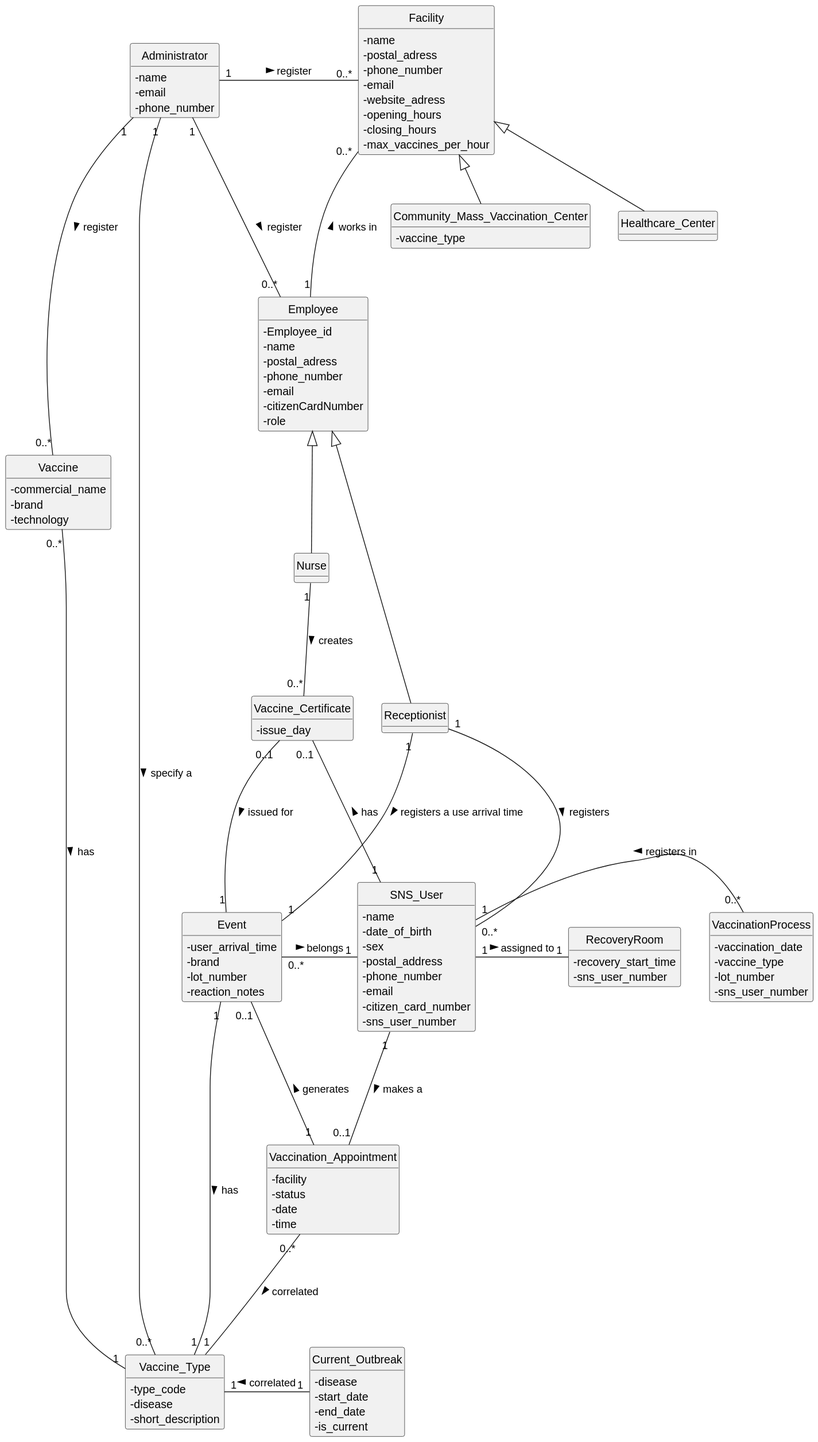
Before: docs/system-documentation/global-artifacts/svg/DM.svg, a diagram exported from PlantUML (Parafita123/leti-esoft-25-26-B1).
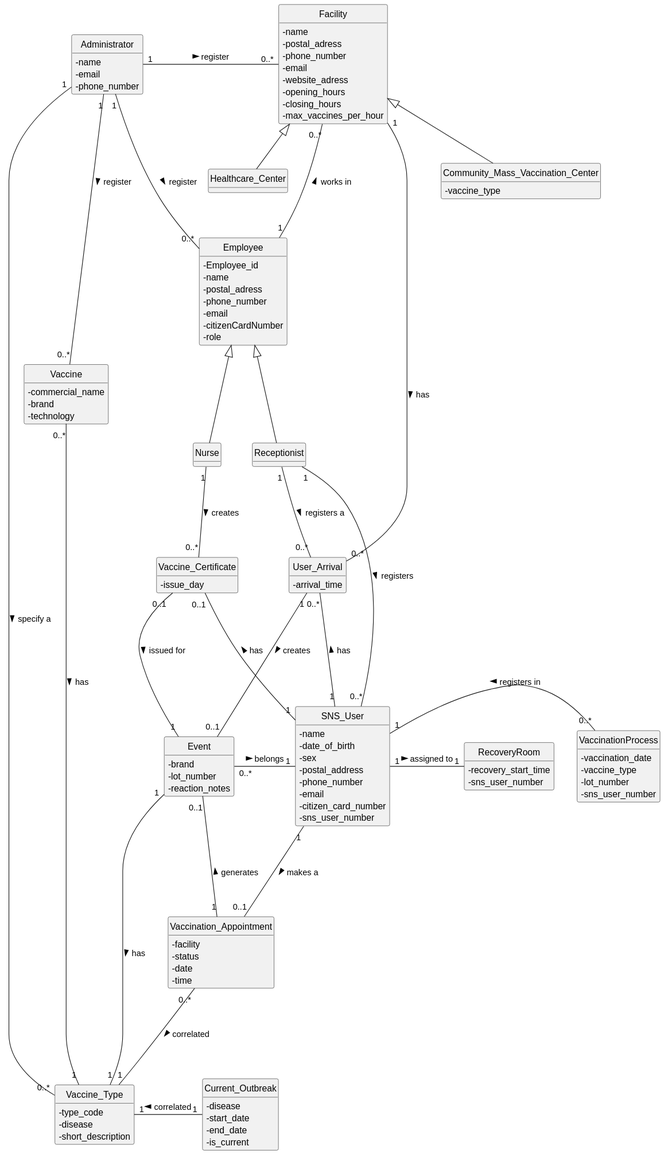
After the commit.

Diff of the diagram source:
```diff
@@ -75,7 +75,6 @@
 }
 
 class Event {
-    - user_arrival_time
     - brand
     - lot_number
     - reaction_notes
@@ -101,6 +100,10 @@
 class RecoveryRoom {
     - recovery_start_time
     - sns_user_number
+}
+
+class User_Arrival{
+    - arrival_time
 }
 
 Employee <|-- Nurse
@@ -131,7 +134,13 @@
 
 Vaccine_Certificate "0..1" -down-- "1" Event: issued for >
 
-Receptionist "1" -down-- "1" Event: registers a use arrival time >
+Receptionist "1" -down-- "0..*" User_Arrival: registers a >
+
+User_Arrival "1" -down-- "0..1" Event: creates >
+
+SNS_User "1" -up-- "0..*" User_Arrival: has >
+
+Facility "1" -down-- "0..*" User_Arrival: has >
 
 Vaccination_Appointment "0..*" -down-- "1" Vaccine_Type: correlated >
 
```
